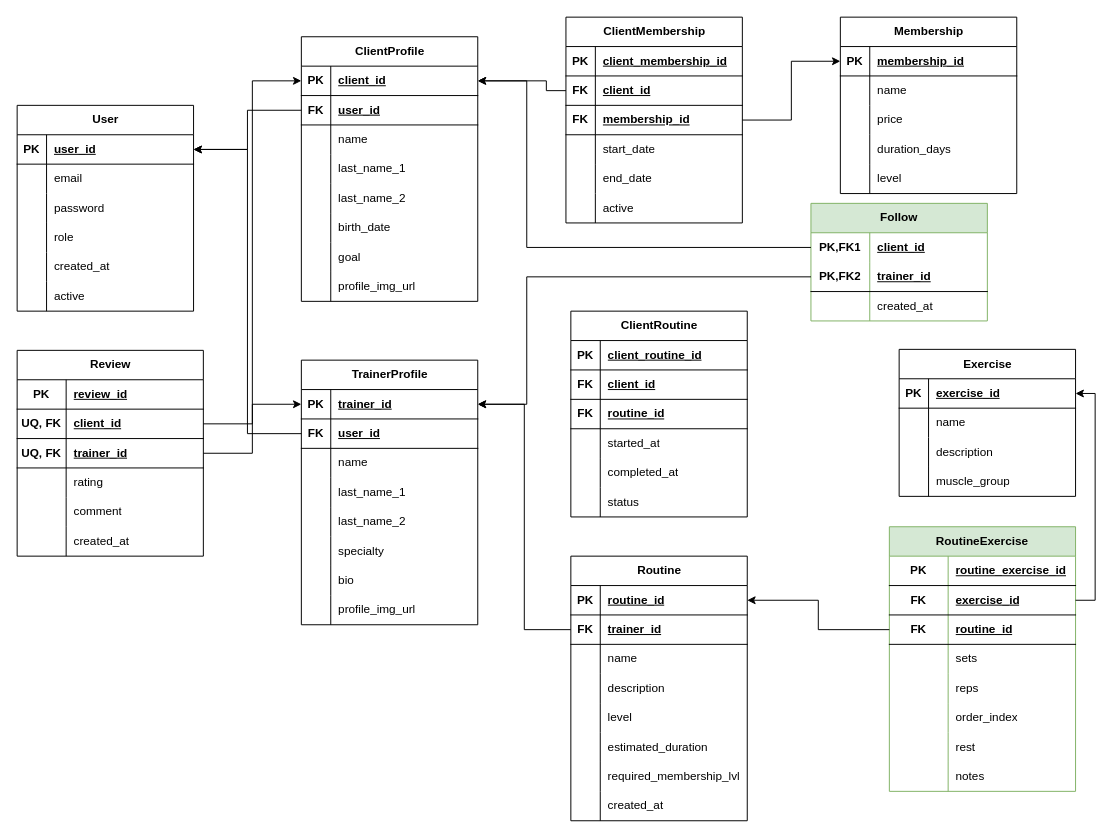
Above: docs/diagrams/DatabaseRelationalDiagram.drawio in BraisLopez/gymtrack-v2 (draw.io), before the change. Source tidied: cells renumbered, new cells numbered last; positions are measured from the earlier drawing's top-left corner, leaving out a move shared by most shapes. Both pictures are drawn from the tidied source at 98%, with x=0, y=0 at pixel (17, 17).
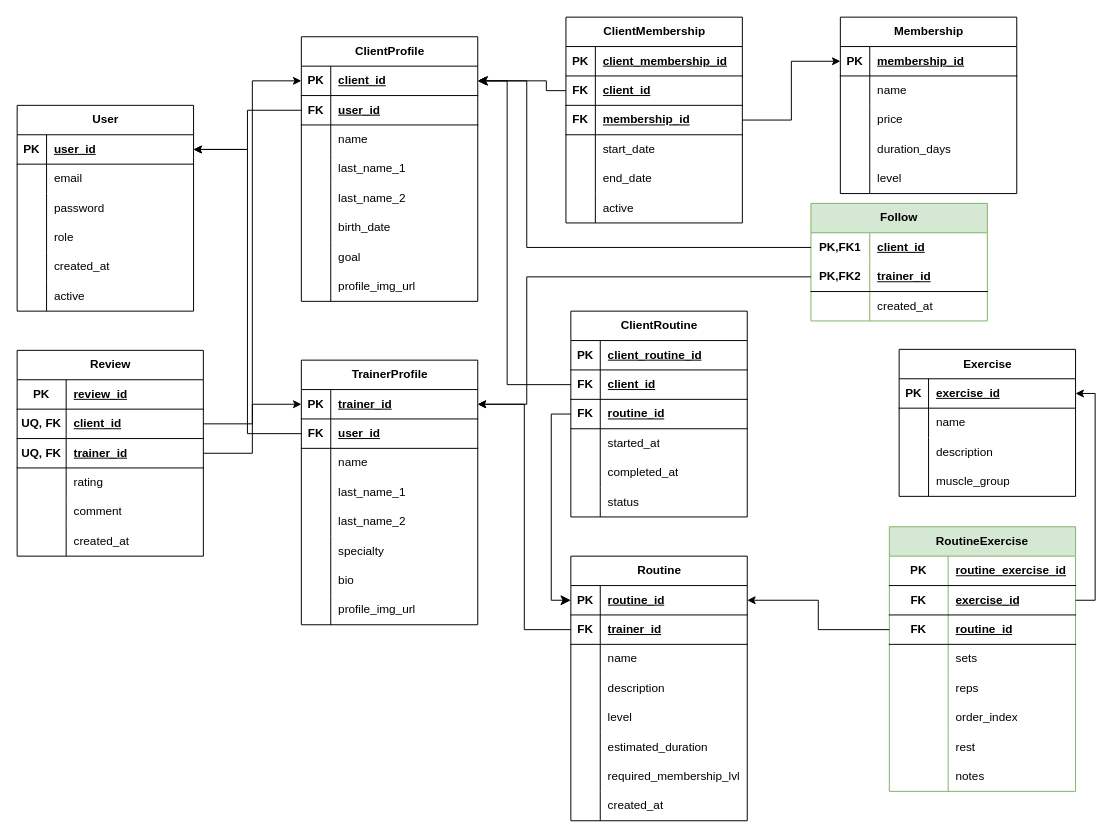
The same page after the edit.

The change refers to these unchanged cells:
```xml
<mxCell id="22" style="shape=tableRow;horizontal=0;startSize=0;swimlaneHead=0;swimlaneBody=0;fillColor=none;points=[[0,0.5],[1,0.5]];portConstraint=eastwest;top=0;left=0;right=0;bottom=1;" parent="21" vertex="1">
  <mxGeometry y="30" width="180" height="30" as="geometry" />
</mxCell>
<mxCell id="117" style="shape=tableRow;horizontal=0;startSize=0;swimlaneHead=0;swimlaneBody=0;fillColor=none;points=[[0,0.5],[1,0.5]];portConstraint=eastwest;top=0;left=0;right=0;bottom=1;" parent="116" vertex="1">
  <mxGeometry y="30" width="180" height="30" as="geometry" />
</mxCell>
<mxCell id="192" style="shape=tableRow;horizontal=0;startSize=0;swimlaneHead=0;swimlaneBody=0;fillColor=none;points=[[0,0.5],[1,0.5]];portConstraint=eastwest;top=0;left=0;right=0;bottom=1;" parent="188" vertex="1">
  <mxGeometry y="60" width="180" height="30" as="geometry" />
</mxCell>
<mxCell id="195" style="shape=tableRow;horizontal=0;startSize=0;swimlaneHead=0;swimlaneBody=0;fillColor=none;points=[[0,0.5],[1,0.5]];portConstraint=eastwest;top=0;left=0;right=0;bottom=1;" parent="188" vertex="1">
  <mxGeometry y="90" width="180" height="30" as="geometry" />
</mxCell>
```

Diff of the diagram source:
```diff
@@
+    <mxCell id="228" style="edgeStyle=orthogonalEdgeStyle;rounded=0;jettySize=auto;html=1;exitX=0;exitY=0.5;exitDx=0;exitDy=0;entryX=1;entryY=0.5;entryDx=0;entryDy=0;fontSize=12;startSize=8;endSize=8;" parent="1" edge="1" source="192" target="22">
+      <mxGeometry relative="1" as="geometry">
+        <Array as="points">
+          <mxPoint x="500" y="375" />
+          <mxPoint x="500" y="65" />
+        </Array>
+      </mxGeometry>
+    </mxCell>
+    <mxCell id="229" style="edgeStyle=orthogonalEdgeStyle;rounded=0;jettySize=auto;html=1;exitX=0;exitY=0.5;exitDx=0;exitDy=0;entryX=0;entryY=0.5;entryDx=0;entryDy=0;fontSize=12;startSize=8;endSize=8;" parent="1" edge="1" source="195" target="117">
+      <mxGeometry relative="1" as="geometry" />
+    </mxCell>
```
